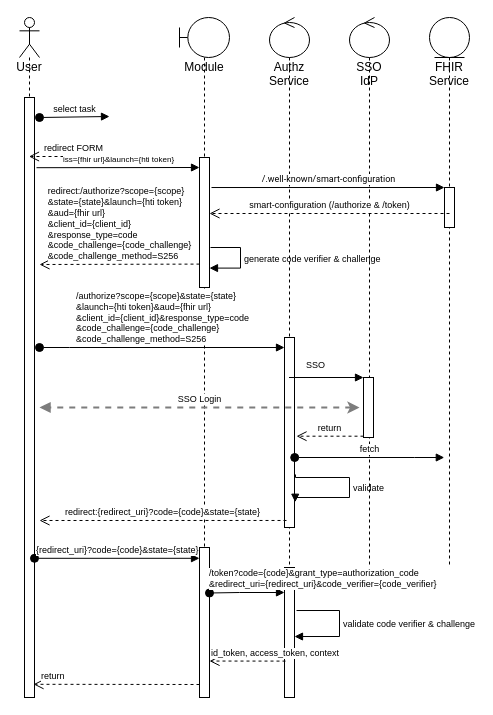
Before: topics/SMART on FHIR app launch and HTI.drawio in Koppeltaal/Koppeltaal-2.0-Specificaties-en-Architectuur, a draw.io diagram. Source tidied: cells renumbered, new cells numbered last; positions are measured from the earlier drawing's top-left corner, leaving out a move shared by most shapes. Both pictures are drawn from the tidied source at 100%, with x=0, y=0 at pixel (19, 17).
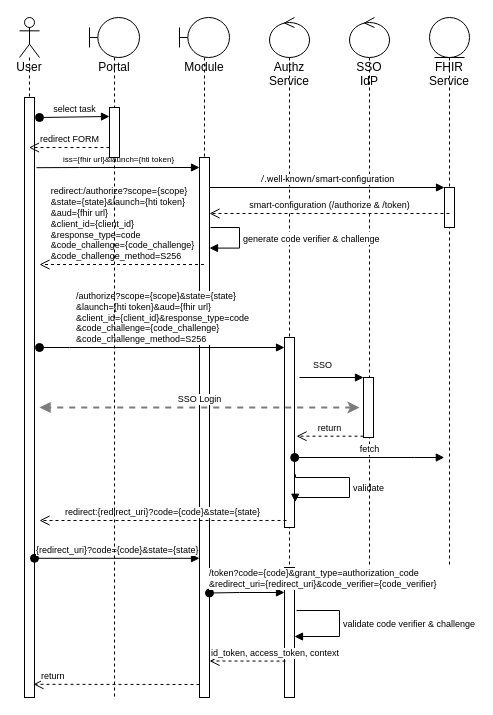
After the change.

Unchanged cells that the change refers to:
```xml
<mxCell id="2" value="User" style="shape=umlLifeline;participant=umlActor;perimeter=lifelinePerimeter;whiteSpace=wrap;html=1;verticalAlign=top;spacingTop=36;outlineConnect=0;" parent="1" vertex="1">
  <mxGeometry width="20" height="680" as="geometry" />
</mxCell>
<mxCell id="3" style="html=1;points=[];perimeter=orthogonalPerimeter;" parent="2" vertex="1">
  <mxGeometry x="5" y="80" width="10" height="600" as="geometry" />
</mxCell>
<mxCell id="4" value="Module" style="shape=umlLifeline;participant=umlBoundary;perimeter=lifelinePerimeter;whiteSpace=wrap;html=1;verticalAlign=top;spacingTop=36;outlineConnect=0;" parent="1" vertex="1">
  <mxGeometry x="160" width="50" height="680" as="geometry" />
</mxCell>
<mxCell id="8" value="Authz Service" style="shape=umlLifeline;participant=umlControl;perimeter=lifelinePerimeter;whiteSpace=wrap;html=1;verticalAlign=top;spacingTop=36;outlineConnect=0;" parent="1" vertex="1">
  <mxGeometry x="250" width="40" height="680" as="geometry" />
</mxCell>
<mxCell id="10" style="html=1;points=[];perimeter=orthogonalPerimeter;fontSize=9;" parent="8" vertex="1">
  <mxGeometry x="15" y="550" width="10" height="130" as="geometry" />
</mxCell>
<mxCell id="14" style="html=1;points=[];perimeter=orthogonalPerimeter;fontSize=9;" parent="13" vertex="1">
  <mxGeometry x="14" y="360" width="10" height="60" as="geometry" />
</mxCell>
<mxCell id="16" style="html=1;points=[];perimeter=orthogonalPerimeter;fontSize=9;" parent="15" vertex="1">
  <mxGeometry x="15" y="170" width="10" height="40" as="geometry" />
</mxCell>
```

What changed in the source:
```diff
@@
     <mxCell id="5" style="html=1;points=[];perimeter=orthogonalPerimeter;fontSize=9;" parent="4" vertex="1">
-      <mxGeometry x="20" y="140" width="10" height="130" as="geometry" />
+      <mxGeometry x="20" y="140" width="10" height="540" as="geometry" />
     </mxCell>
-    <mxCell id="6" style="html=1;points=[];perimeter=orthogonalPerimeter;fontSize=9;" parent="4" vertex="1">
-      <mxGeometry x="20" y="530" width="10" height="150" as="geometry" />
-    </mxCell>
-    <mxCell id="7" value="&lt;font style=&quot;font-size: 9px;&quot;&gt;generate code verifier &amp;amp; challenge&lt;/font&gt;" style="edgeStyle=orthogonalEdgeStyle;html=1;align=left;spacingLeft=2;endArrow=block;rounded=0;entryX=0.9;entryY=0.351;entryDx=0;entryDy=0;entryPerimeter=0;" parent="4" edge="1">
-      <mxGeometry relative="1" as="geometry">
-        <mxPoint x="31" y="230" as="sourcePoint" />
-        <mxPoint x="30" y="250.6" as="targetPoint" />
-        <Array as="points">
-          <mxPoint x="61" y="230" />
-          <mxPoint x="61" y="251" />
-        </Array>
-      </mxGeometry>
-    </mxCell>
@@
-    <mxCell id="18" value="redirect FORM" style="html=1;verticalAlign=bottom;endArrow=open;dashed=1;endSize=8;rounded=0;exitX=-0.2;exitY=0.975;exitDx=0;exitDy=0;exitPerimeter=0;fontSize=9;" parent="1" edge="1" target="2">
+    <mxCell id="18" value="redirect FORM" style="html=1;verticalAlign=bottom;endArrow=open;dashed=1;endSize=8;rounded=0;fontSize=9;exitX=0;exitY=0.8;exitDx=0;exitDy=0;exitPerimeter=0;" parent="1" edge="1" source="34" target="2">
       <mxGeometry relative="1" as="geometry">
-        <mxPoint x="98" y="139" as="sourcePoint" />
+        <Array as="points">
+          <mxPoint x="30" y="130" />
+        </Array>
       </mxGeometry>
     </mxCell>
     <mxCell id="19" value="&lt;span style=&quot;text-align: start;&quot; id=&quot;docs-internal-guid-1505f8b8-7fff-2bb9-398f-21b4f6429415&quot;&gt;&lt;p style=&quot;line-height: 1.2; text-align: center; margin-top: 0pt; margin-bottom: 0pt;&quot; dir=&quot;ltr&quot;&gt;&lt;span style=&quot;font-family: Asap, sans-serif; font-variant-ligatures: normal; font-variant-east-asian: normal; font-variant-position: normal; vertical-align: baseline;&quot;&gt;&lt;font style=&quot;font-size: 8px;&quot;&gt;iss={fhir url}&amp;amp;launch={hti token}&lt;/font&gt;&lt;/span&gt;&lt;/p&gt;&lt;/span&gt;" style="html=1;verticalAlign=bottom;endArrow=block;rounded=0;exitX=1.2;exitY=0.117;exitDx=0;exitDy=0;exitPerimeter=0;" parent="1" edge="1" source="3">
       <mxGeometry relative="1" as="geometry">
         <mxPoint x="180" y="150" as="targetPoint" />
+        <Array as="points">
+          <mxPoint x="60" y="150" />
+        </Array>
       </mxGeometry>
     </mxCell>
-    <mxCell id="20" value="&lt;span style=&quot;text-align: start;&quot; id=&quot;docs-internal-guid-a28b069d-7fff-43a8-c809-6137400d5dd9&quot;&gt;&lt;span style=&quot;font-family: Roboto, sans-serif; font-variant-ligatures: normal; font-variant-east-asian: normal; font-variant-position: normal; vertical-align: baseline;&quot;&gt;&lt;font style=&quot;font-size: 9px;&quot;&gt;/.well-known/smart-configuration&lt;/font&gt;&lt;/span&gt;&lt;/span&gt;" style="html=1;verticalAlign=bottom;endArrow=block;entryX=0;entryY=0;rounded=0;fontSize=9;startArrow=none;exitX=1.2;exitY=0.231;exitDx=0;exitDy=0;exitPerimeter=0;" parent="1" edge="1" source="5" target="16">
+    <mxCell id="20" value="&lt;span style=&quot;text-align: start;&quot; id=&quot;docs-internal-guid-a28b069d-7fff-43a8-c809-6137400d5dd9&quot;&gt;&lt;span style=&quot;font-family: Roboto, sans-serif; font-variant-ligatures: normal; font-variant-east-asian: normal; font-variant-position: normal; vertical-align: baseline;&quot;&gt;&lt;font style=&quot;font-size: 9px;&quot;&gt;/.well-known/smart-configuration&lt;/font&gt;&lt;/span&gt;&lt;/span&gt;" style="html=1;verticalAlign=bottom;endArrow=block;entryX=0;entryY=0;rounded=0;fontSize=9;startArrow=none;" parent="1" edge="1" source="5" target="16">
       <mxGeometry relative="1" as="geometry" />
     </mxCell>
@@
-    <mxCell id="23" value="SSO" style="html=1;verticalAlign=bottom;endArrow=block;entryX=0;entryY=0;rounded=0;fontSize=9;" parent="1" edge="1" source="8" target="14">
-      <mxGeometry x="-0.29" y="4" relative="1" as="geometry" />
+    <mxCell id="23" value="SSO" style="html=1;verticalAlign=bottom;endArrow=block;entryX=0;entryY=0;rounded=0;fontSize=9;" parent="1" edge="1" target="14">
+      <mxGeometry x="-0.29" y="4" relative="1" as="geometry">
+        <mxPoint x="280" y="360" as="sourcePoint" />
+      </mxGeometry>
     </mxCell>
@@
-    <mxCell id="26" value="&lt;div style=&quot;text-align: justify;&quot;&gt;redirect:/authorize?scope={scope}&lt;/div&gt;&lt;div style=&quot;&quot;&gt;&lt;div style=&quot;text-align: justify;&quot;&gt;&amp;amp;state={state}&amp;amp;launch={hti token}&lt;/div&gt;&lt;div style=&quot;text-align: justify;&quot;&gt;&amp;amp;aud={fhir url}&lt;/div&gt;&lt;div style=&quot;text-align: justify;&quot;&gt;&amp;amp;client_id={client_id}&lt;/div&gt;&lt;div style=&quot;text-align: justify;&quot;&gt;&amp;amp;response_type=code&lt;/div&gt;&lt;/div&gt;&lt;div style=&quot;text-align: justify;&quot;&gt;&amp;amp;code_challenge={code_challenge}&lt;/div&gt;&lt;div style=&quot;text-align: justify;&quot;&gt;&amp;amp;code_challenge_method=S256&lt;/div&gt;" style="html=1;verticalAlign=bottom;endArrow=open;dashed=1;endSize=8;rounded=0;exitX=0;exitY=0.82;exitDx=0;exitDy=0;exitPerimeter=0;fontSize=9;align=center;" parent="1" edge="1" source="5">
+    <mxCell id="26" value="&lt;div style=&quot;text-align: justify;&quot;&gt;redirect:/authorize?scope={scope}&lt;/div&gt;&lt;div style=&quot;&quot;&gt;&lt;div style=&quot;text-align: justify;&quot;&gt;&amp;amp;state={state}&amp;amp;launch={hti token}&lt;/div&gt;&lt;div style=&quot;text-align: justify;&quot;&gt;&amp;amp;aud={fhir url}&lt;/div&gt;&lt;div style=&quot;text-align: justify;&quot;&gt;&amp;amp;client_id={client_id}&lt;/div&gt;&lt;div style=&quot;text-align: justify;&quot;&gt;&amp;amp;response_type=code&lt;/div&gt;&lt;/div&gt;&lt;div style=&quot;text-align: justify;&quot;&gt;&amp;amp;code_challenge={code_challenge}&lt;/div&gt;&lt;div style=&quot;text-align: justify;&quot;&gt;&amp;amp;code_challenge_method=S256&lt;/div&gt;" style="html=1;verticalAlign=bottom;endArrow=open;dashed=1;endSize=8;rounded=0;fontSize=9;align=center;" parent="1" edge="1" source="4">
       <mxGeometry relative="1" as="geometry">
         <mxPoint x="20" y="247" as="targetPoint" />
       </mxGeometry>
     </mxCell>
@@
-    <mxCell id="28" value="&lt;div style=&quot;&quot;&gt;{redirect_uri}?code={code}&amp;amp;state={state}&lt;/div&gt;" style="html=1;verticalAlign=bottom;startArrow=oval;endArrow=block;startSize=8;rounded=0;fontSize=9;strokeWidth=1;align=left;exitX=1;exitY=0.768;exitDx=0;exitDy=0;exitPerimeter=0;" parent="1" edge="1" source="3" target="6">
-      <mxGeometry x="-1" relative="1" as="geometry" />
+    <mxCell id="28" value="&lt;div style=&quot;&quot;&gt;{redirect_uri}?code={code}&amp;amp;state={state}&lt;/div&gt;" style="html=1;verticalAlign=bottom;startArrow=oval;endArrow=block;startSize=8;rounded=0;fontSize=9;strokeWidth=1;align=left;exitX=1;exitY=0.768;exitDx=0;exitDy=0;exitPerimeter=0;" parent="1" edge="1" source="3">
+      <mxGeometry x="-1" relative="1" as="geometry">
+        <mxPoint x="180" y="540.8" as="targetPoint" />
+      </mxGeometry>
     </mxCell>
@@
-    <mxCell id="30" value="id_token, access_token, context" style="html=1;verticalAlign=bottom;endArrow=open;dashed=1;endSize=8;rounded=0;fontSize=9;strokeColor=#030303;strokeWidth=1;exitX=0.1;exitY=0.72;exitDx=0;exitDy=0;exitPerimeter=0;entryX=1;entryY=0.757;entryDx=0;entryDy=0;entryPerimeter=0;align=left;" parent="1" edge="1" source="10" target="6">
-      <mxGeometry x="1" relative="1" as="geometry" />
+    <mxCell id="30" value="id_token, access_token, context" style="html=1;verticalAlign=bottom;endArrow=open;dashed=1;endSize=8;rounded=0;fontSize=9;strokeColor=#030303;strokeWidth=1;exitX=0.1;exitY=0.72;exitDx=0;exitDy=0;exitPerimeter=0;entryX=1;entryY=0.757;entryDx=0;entryDy=0;entryPerimeter=0;align=left;" parent="1" edge="1" source="10">
+      <mxGeometry x="1" relative="1" as="geometry">
+        <mxPoint x="190" y="643.5" as="targetPoint" />
+      </mxGeometry>
     </mxCell>
@@
+    <mxCell id="33" value="Portal" style="shape=umlLifeline;participant=umlBoundary;perimeter=lifelinePerimeter;whiteSpace=wrap;html=1;verticalAlign=top;spacingTop=36;" parent="1" vertex="1">
+      <mxGeometry x="70" width="50" height="680" as="geometry" />
+    </mxCell>
+    <mxCell id="34" style="html=1;points=[];perimeter=orthogonalPerimeter;fontSize=9;" parent="33" vertex="1">
+      <mxGeometry x="20" y="90" width="10" height="50" as="geometry" />
+    </mxCell>
+    <mxCell id="7" value="&lt;font style=&quot;font-size: 9px;&quot;&gt;generate code verifier &amp;amp; challenge&lt;/font&gt;" style="edgeStyle=orthogonalEdgeStyle;html=1;align=left;spacingLeft=2;endArrow=block;rounded=0;entryX=0.9;entryY=0.351;entryDx=0;entryDy=0;entryPerimeter=0;" parent="1" edge="1">
+      <mxGeometry relative="1" as="geometry">
+        <mxPoint x="191" y="210" as="sourcePoint" />
+        <mxPoint x="190" y="230.6" as="targetPoint" />
+        <Array as="points">
+          <mxPoint x="220" y="210" />
+          <mxPoint x="220" y="231" />
+        </Array>
+      </mxGeometry>
+    </mxCell>
```
